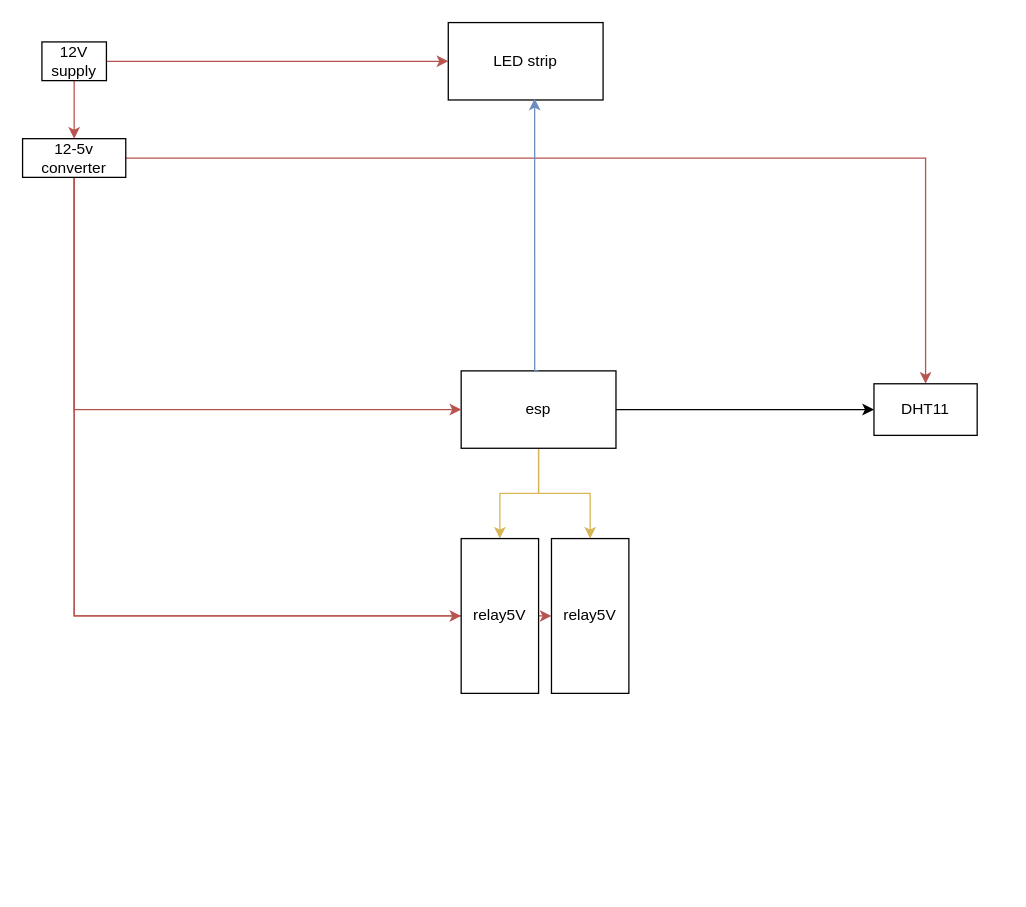
Earlier version of the draw.io diagram switch-bedroom.drawio (spspider/im). Source tidied: cells renumbered, new cells numbered last; positions are measured from the earlier drawing's top-left corner, leaving out a move shared by most shapes. Both pictures are drawn from the tidied source at 129%, with x=0, y=0 at pixel (22, 22).
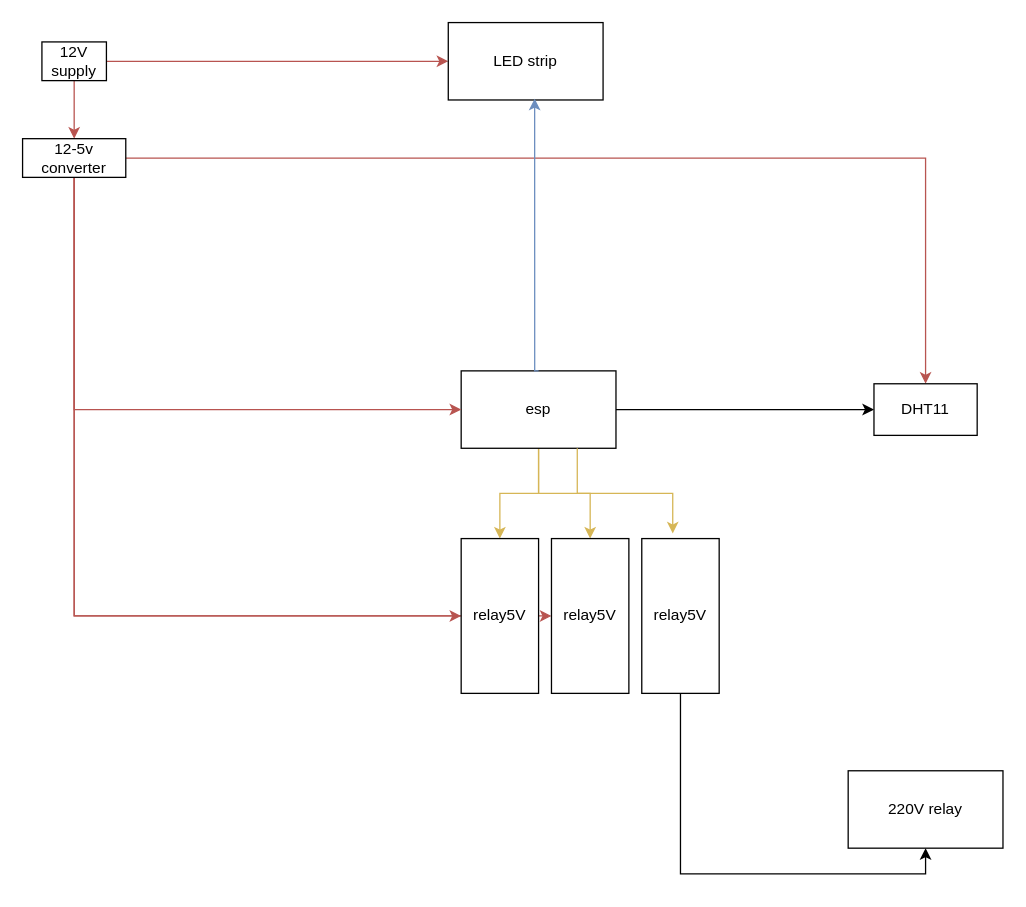
After the change.

The change refers to these unchanged cells:
```xml
<mxCell id="5" value="esp" style="rounded=0;whiteSpace=wrap;html=1;" parent="1" vertex="1">
  <mxGeometry x="340" y="270" width="120" height="60" as="geometry" />
</mxCell>
```

Diff of the diagram source:
```diff
@@
+    <mxCell id="19" value="220V relay" style="rounded=0;whiteSpace=wrap;html=1;" parent="1" vertex="1">
+      <mxGeometry x="640" y="580" width="120" height="60" as="geometry" />
+    </mxCell>
+    <mxCell id="20" style="edgeStyle=orthogonalEdgeStyle;rounded=0;jettySize=auto;html=1;exitX=0.5;exitY=1;exitDx=0;exitDy=0;entryX=0.5;entryY=1;entryDx=0;entryDy=0;" parent="1" edge="1" source="21" target="19">
+      <mxGeometry relative="1" as="geometry" />
+    </mxCell>
+    <mxCell id="21" value="relay5V" style="rounded=0;whiteSpace=wrap;html=1;" parent="1" vertex="1">
+      <mxGeometry x="480" y="400" width="60" height="120" as="geometry" />
+    </mxCell>
+    <mxCell id="22" style="edgeStyle=orthogonalEdgeStyle;rounded=0;jettySize=auto;html=1;exitX=0.75;exitY=1;exitDx=0;exitDy=0;entryX=0.4;entryY=-0.033;entryDx=0;entryDy=0;entryPerimeter=0;fillColor=#fff2cc;strokeColor=#d6b656;" parent="1" edge="1" source="5" target="21">
+      <mxGeometry relative="1" as="geometry" />
+    </mxCell>
```
